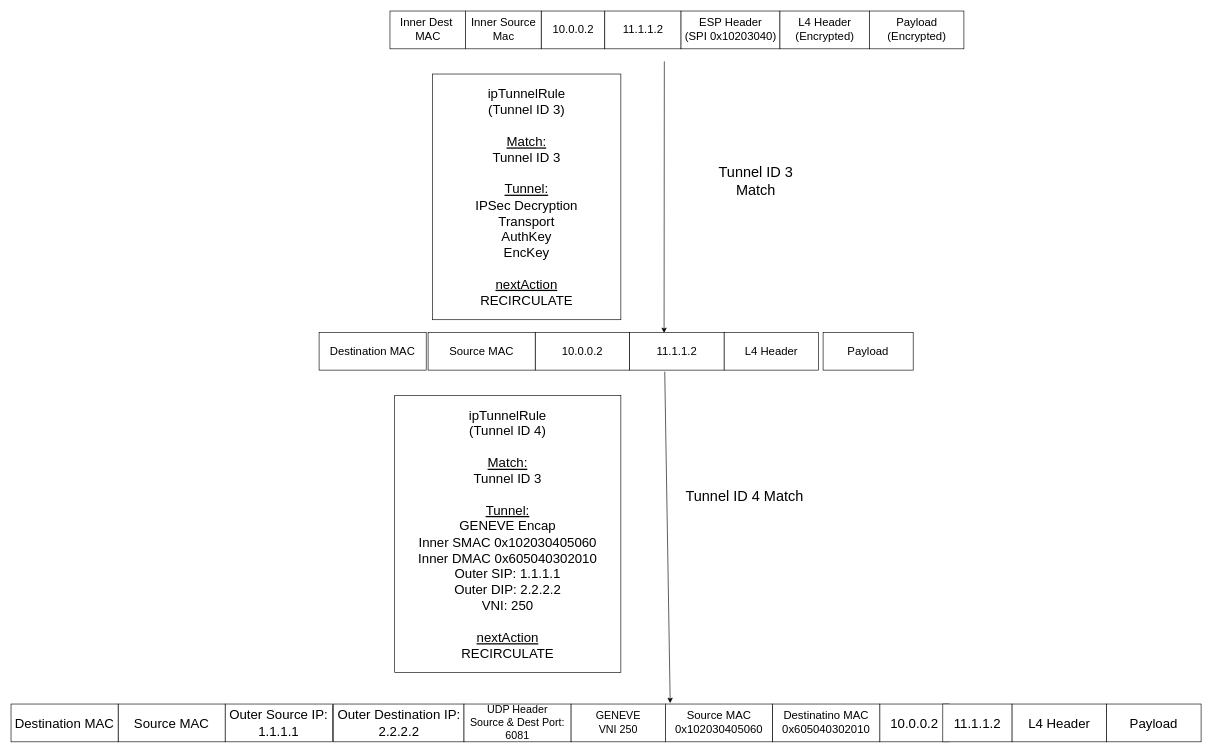
The draw.io diagram doc/images/tunnelOffload/tunnel_chain_tunnel_id.drawio in att/sessionOffload, before the edit. Source tidied: cells renumbered, new cells numbered last; positions are measured from the earlier drawing's top-left corner, leaving out a move shared by most shapes. Both pictures are drawn from the tidied source at 63%, with x=0, y=0 at pixel (11, 11).
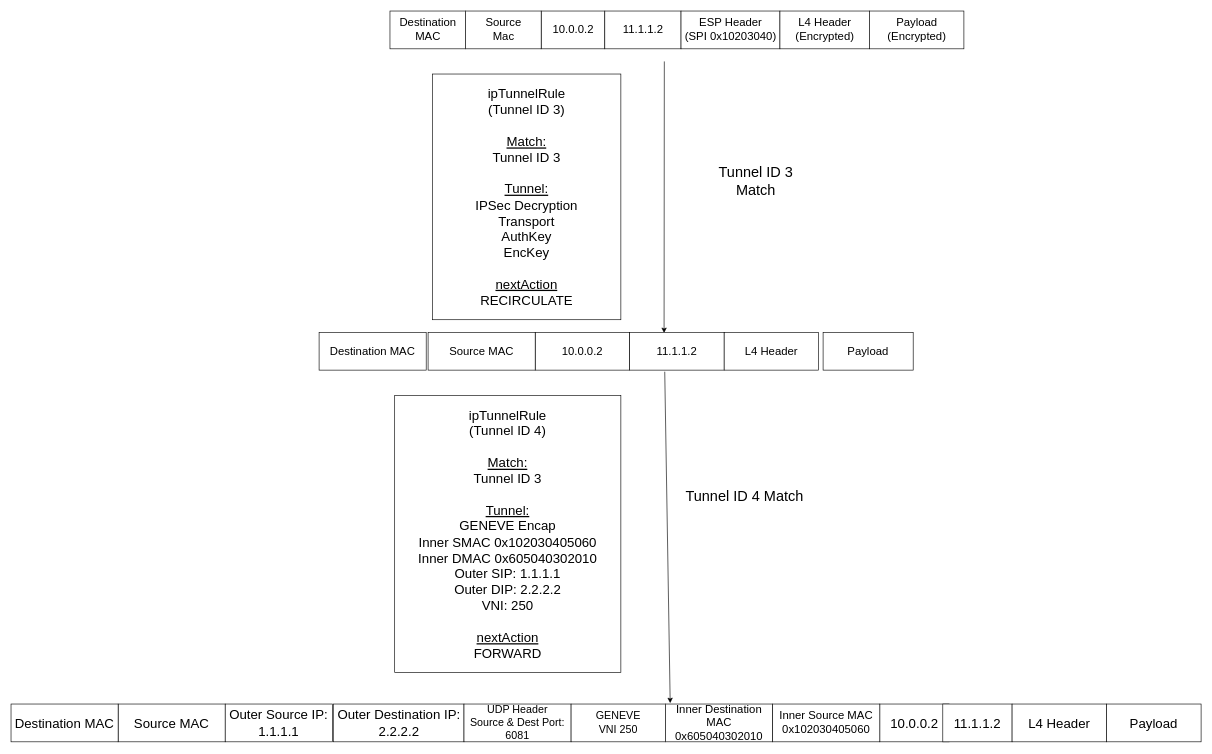
After the change.

The edit, as a diff of the source:
```diff
@@
-    <mxCell id="22" value="Inner Source&lt;br style=&quot;font-size: 18px;&quot;&gt;Mac" style="rounded=0;whiteSpace=wrap;html=1;fontSize=18;" parent="1" vertex="1">
+    <mxCell id="22" value="Source&lt;br style=&quot;font-size: 18px&quot;&gt;Mac" style="rounded=0;whiteSpace=wrap;html=1;fontSize=18;" parent="1" vertex="1">
       <mxGeometry x="721.5" width="120" height="60" as="geometry" />
     </mxCell>
-    <mxCell id="23" value="Inner Dest&amp;nbsp;&lt;br style=&quot;font-size: 18px;&quot;&gt;MAC" style="rounded=0;whiteSpace=wrap;html=1;fontSize=18;" parent="1" vertex="1">
+    <mxCell id="23" value="Destination MAC" style="rounded=0;whiteSpace=wrap;html=1;fontSize=18;" parent="1" vertex="1">
       <mxGeometry x="601.5" width="120" height="60" as="geometry" />
     </mxCell>
@@
-    <mxCell id="25" value="&lt;font style=&quot;font-size: 21px&quot;&gt;ipTunnelRule&lt;br&gt;(Tunnel ID 4)&lt;br&gt;&lt;br&gt;&lt;u&gt;Match:&lt;br&gt;&lt;/u&gt;Tunnel ID 3&lt;br&gt;&lt;br&gt;&lt;u&gt;Tunnel:&lt;/u&gt;&lt;br&gt;GENEVE Encap&lt;br&gt;Inner SMAC 0x102030405060&lt;br&gt;Inner DMAC 0x605040302010&lt;br&gt;Outer SIP: 1.1.1.1&lt;br&gt;Outer DIP: 2.2.2.2&lt;br&gt;VNI: 250&lt;br&gt;&lt;br&gt;&lt;u&gt;nextAction&lt;br&gt;&lt;/u&gt;RECIRCULATE&lt;br&gt;&lt;/font&gt;" style="whiteSpace=wrap;html=1;" parent="1" vertex="1">
+    <mxCell id="25" value="&lt;font style=&quot;font-size: 21px&quot;&gt;ipTunnelRule&lt;br&gt;(Tunnel ID 4)&lt;br&gt;&lt;br&gt;&lt;u&gt;Match:&lt;br&gt;&lt;/u&gt;Tunnel ID 3&lt;br&gt;&lt;br&gt;&lt;u&gt;Tunnel:&lt;/u&gt;&lt;br&gt;GENEVE Encap&lt;br&gt;Inner SMAC 0x102030405060&lt;br&gt;Inner DMAC 0x605040302010&lt;br&gt;Outer SIP: 1.1.1.1&lt;br&gt;Outer DIP: 2.2.2.2&lt;br&gt;VNI: 250&lt;br&gt;&lt;br&gt;&lt;u&gt;nextAction&lt;br&gt;&lt;/u&gt;FORWARD&lt;br&gt;&lt;/font&gt;" style="whiteSpace=wrap;html=1;" parent="1" vertex="1">
       <mxGeometry x="609" y="610" width="359" height="440" as="geometry" />
     </mxCell>
@@
-    <mxCell id="30" value="Source MAC&lt;br&gt;0x102030405060" style="rounded=0;whiteSpace=wrap;html=1;fontSize=18;" parent="1" vertex="1">
+    <mxCell id="30" value="Inner Destination MAC&lt;br&gt;0x605040302010" style="rounded=0;whiteSpace=wrap;html=1;fontSize=18;" parent="1" vertex="1">
       <mxGeometry x="1039" y="1100" width="170" height="60" as="geometry" />
     </mxCell>
@@
-    <mxCell id="32" value="Destinatino MAC&lt;br&gt;0x605040302010" style="rounded=0;whiteSpace=wrap;html=1;fontSize=18;" parent="1" vertex="1">
+    <mxCell id="32" value="Inner Source MAC 0x102030405060" style="rounded=0;whiteSpace=wrap;html=1;fontSize=18;" parent="1" vertex="1">
       <mxGeometry x="1209" y="1100" width="170" height="60" as="geometry" />
     </mxCell>
```
